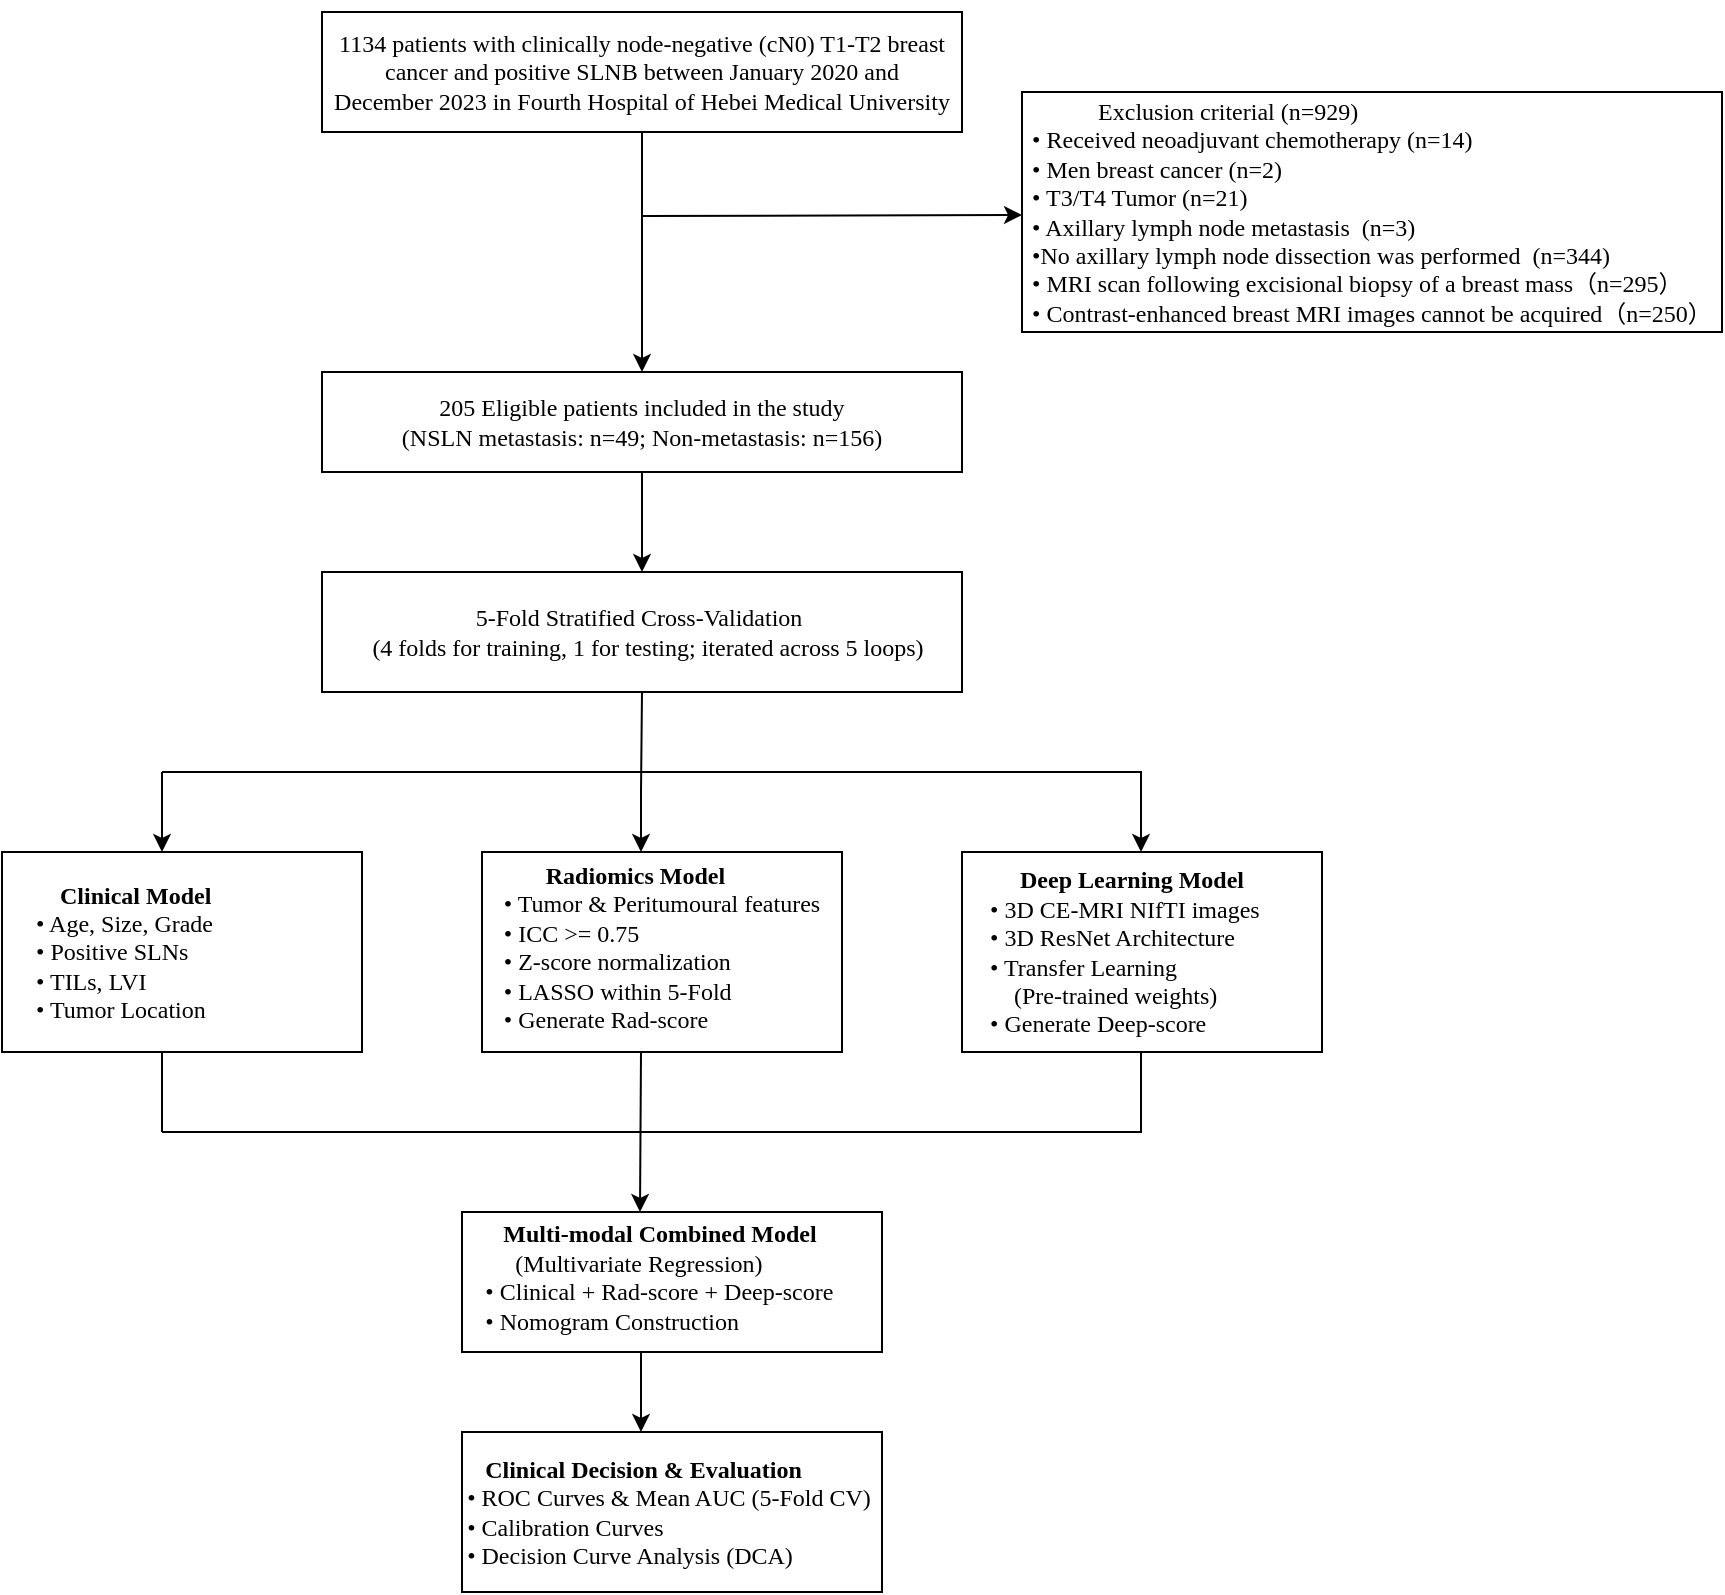
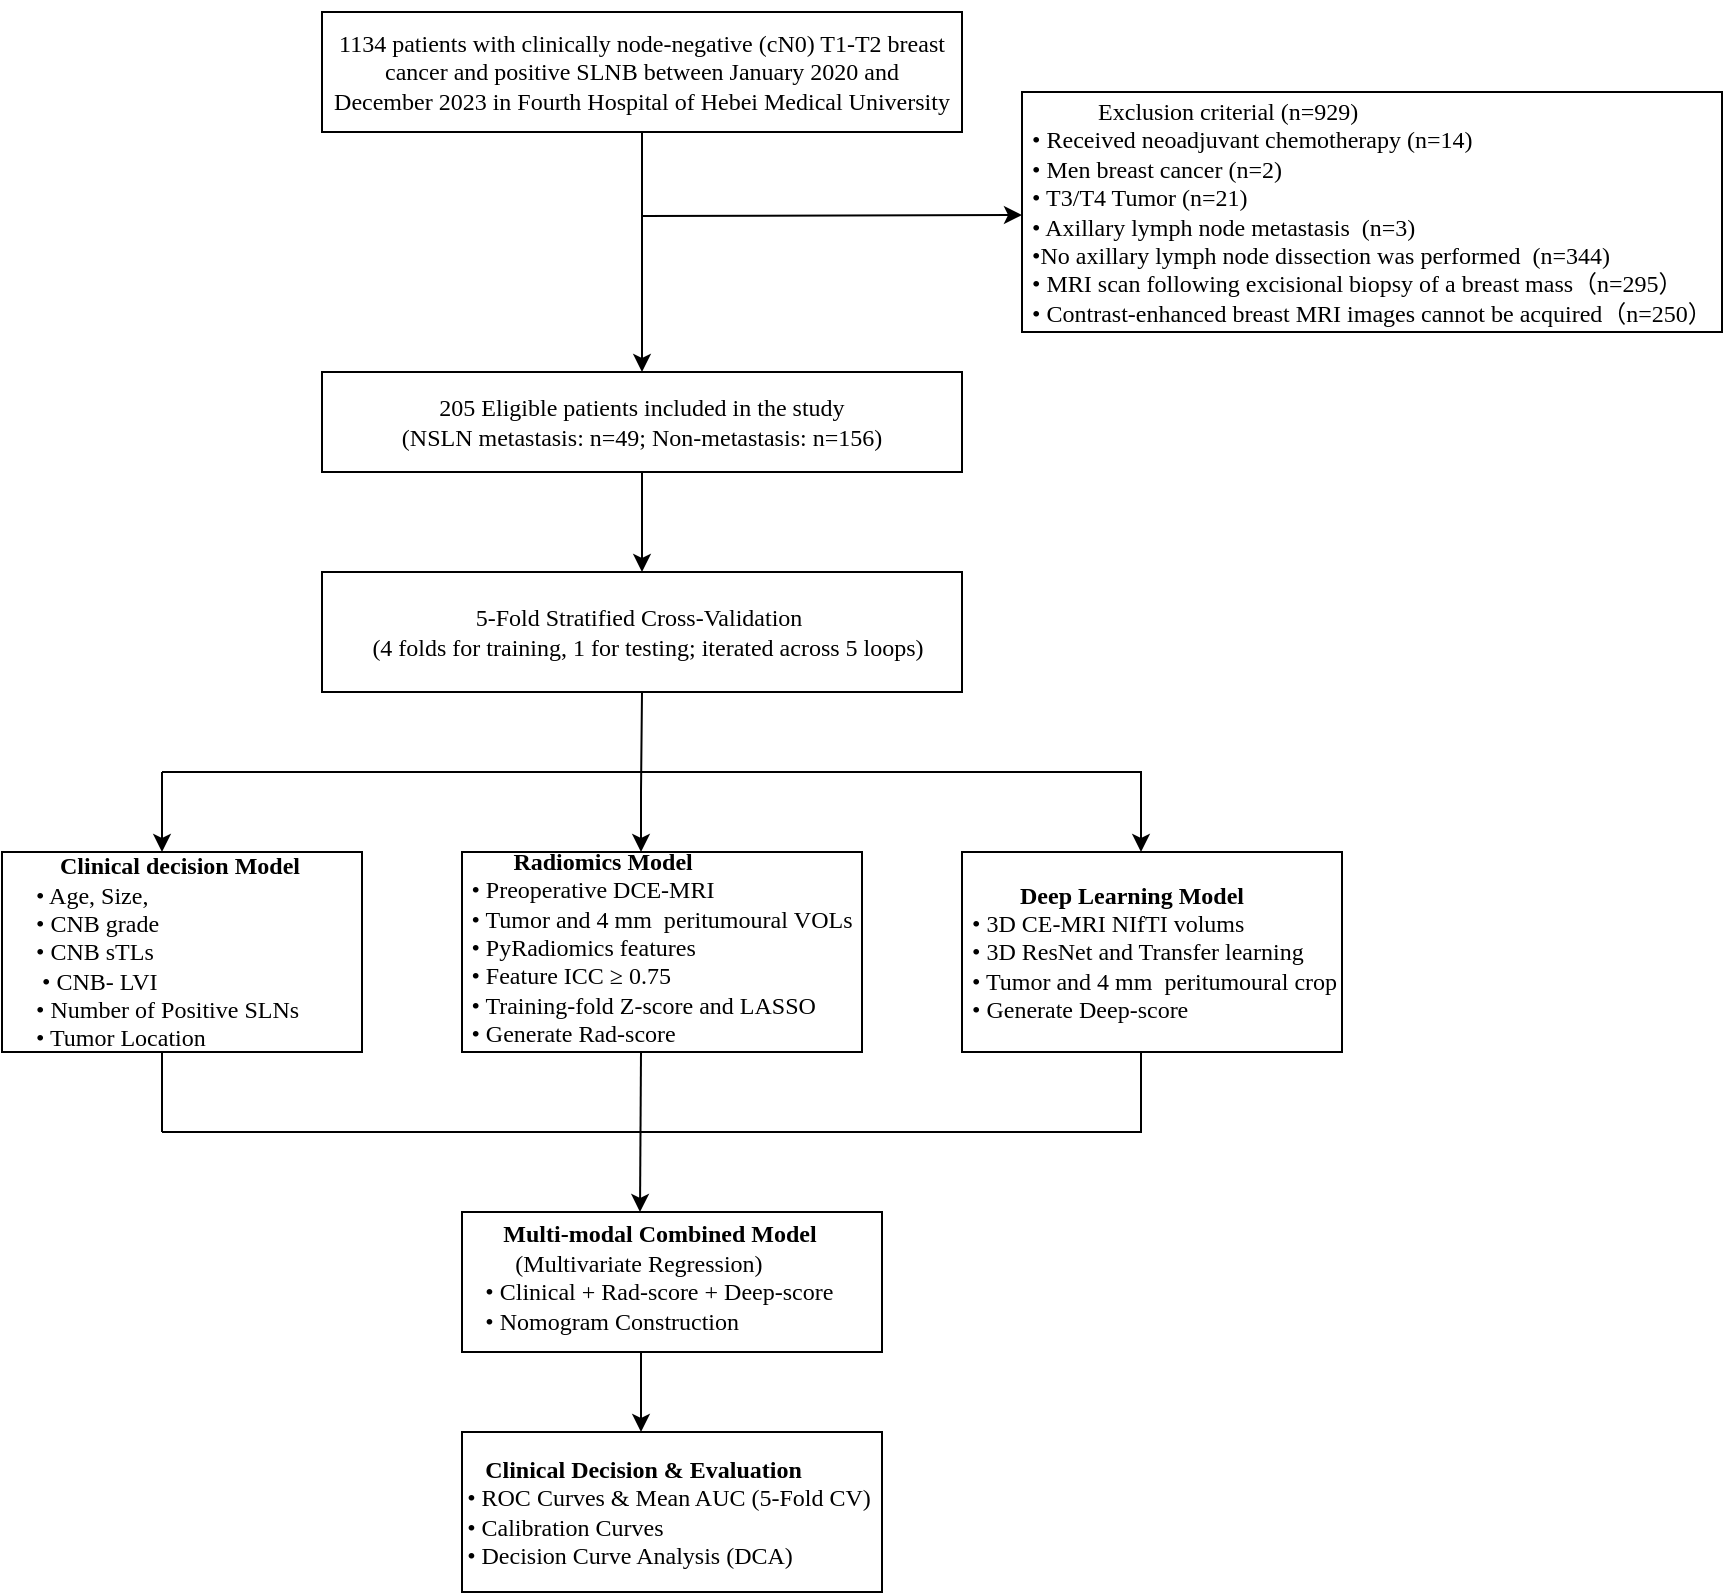
<mxfile host="app.diagrams.net">
  <diagram name="第 1 页" id="idae-35skBgX1Cd1s0vj">
-     <mxGraphModel dx="2011" dy="467" grid="1" gridSize="10" guides="1" tooltips="1" connect="1" arrows="1" fold="1" page="1" pageScale="1" pageWidth="827" pageHeight="1169" math="0" shadow="0">
+     <mxGraphModel dx="1785" dy="378" grid="1" gridSize="10" guides="1" tooltips="1" connect="1" arrows="1" fold="1" page="1" pageScale="1" pageWidth="827" pageHeight="1169" math="0" shadow="0">
      <root>
        <mxCell id="0" />
        <mxCell id="1" parent="0" />
        <mxCell id="El_SyrNRYtNfvNBgki-p-1" parent="1" style="rounded=0;whiteSpace=wrap;html=1;" value="&lt;div style=&quot;text-align: left;&quot;&gt;&lt;span style=&quot;font-family: &amp;quot;Times New Roman&amp;quot;;&quot;&gt;&lt;br&gt;&lt;/span&gt;&lt;/div&gt;&lt;div style=&quot;text-align: left;&quot;&gt;&lt;span style=&quot;font-family: &amp;quot;Times New Roman&amp;quot;;&quot;&gt;&amp;nbsp; &amp;nbsp; &amp;nbsp; &amp;nbsp; &amp;nbsp; &amp;nbsp;Exclusion criterial (n=929)&lt;/span&gt;&lt;br&gt;&lt;/div&gt;&lt;div style=&quot;text-align: left;&quot;&gt;&lt;font face=&quot;Times New Roman&quot;&gt;• Received neoadjuvant chemotherapy (n=14)&lt;/font&gt;&lt;/div&gt;&lt;div style=&quot;text-align: left;&quot;&gt;&lt;font face=&quot;Times New Roman&quot;&gt;• Men breast cancer (n=2)&lt;/font&gt;&lt;/div&gt;&lt;div style=&quot;text-align: left;&quot;&gt;&lt;font face=&quot;Times New Roman&quot;&gt;• T3/T4 Tumor (n=21)&lt;/font&gt;&lt;/div&gt;&lt;div style=&quot;&quot;&gt;&lt;div style=&quot;text-align: left;&quot;&gt;&lt;font face=&quot;Times New Roman&quot;&gt;• Axillary lymph node metastasis&amp;nbsp;&amp;nbsp;(n=3)&lt;/font&gt;&lt;/div&gt;&lt;div style=&quot;text-align: left;&quot;&gt;&lt;span style=&quot;font-family: &amp;quot;Times New Roman&amp;quot;;&quot;&gt;•&lt;/span&gt;&lt;span style=&quot;font-family: &amp;quot;Times New Roman&amp;quot;;&quot;&gt;No axillary lymph node dissection was performed&lt;/span&gt;&lt;span style=&quot;font-family: &amp;quot;Times New Roman&amp;quot;;&quot;&gt;&amp;nbsp;&amp;nbsp;(n=344)&lt;/span&gt;&lt;font face=&quot;Times New Roman&quot;&gt;&lt;br&gt;&lt;/font&gt;&lt;/div&gt;&lt;/div&gt;&lt;div style=&quot;text-align: left;&quot;&gt;&lt;font face=&quot;Times New Roman&quot;&gt;•&lt;span style=&quot;&quot;&gt;&amp;nbsp;&lt;/span&gt;&lt;span style=&quot;&quot;&gt;MRI scan following excisional biopsy of a breast mass（n=295）&lt;/span&gt;&lt;/font&gt;&lt;/div&gt;&lt;div style=&quot;text-align: left;&quot;&gt;&lt;font face=&quot;Times New Roman&quot;&gt;•&lt;span style=&quot;&quot;&gt;&amp;nbsp;&lt;/span&gt;Contrast-enhanced breast MRI images cannot be acquired&lt;span style=&quot;&quot;&gt;（n=250）&lt;/span&gt;&lt;/font&gt;&lt;/div&gt;&lt;div&gt;&lt;br&gt;&lt;/div&gt;" vertex="1">
          <mxGeometry height="120" width="350" x="390" y="100" as="geometry" />
        </mxCell>
        <mxCell id="El_SyrNRYtNfvNBgki-p-2" parent="1" style="rounded=0;whiteSpace=wrap;html=1;" value="&lt;div&gt;&lt;font face=&quot;Times New Roman&quot;&gt;&lt;br&gt;&lt;/font&gt;&lt;/div&gt;&lt;font face=&quot;Times New Roman&quot;&gt;1134 patients with clinically node-negative (cN0) T1-T2 breast&lt;br&gt;cancer and positive SLNB between January 2020 and&lt;br&gt;December 2023 in Fourth Hospital of Hebei Medical University&lt;/font&gt;&lt;div&gt;&lt;br&gt;&lt;/div&gt;" vertex="1">
          <mxGeometry height="60" width="320" x="40" y="60" as="geometry" />
        </mxCell>
        <mxCell id="El_SyrNRYtNfvNBgki-p-5" edge="1" parent="1" style="endArrow=classic;html=1;rounded=0;" value="">
          <mxGeometry height="50" relative="1" width="50" as="geometry">
            <mxPoint x="200" y="120" as="sourcePoint" />
            <mxPoint x="200" y="240" as="targetPoint" />
          </mxGeometry>
        </mxCell>
        <mxCell id="El_SyrNRYtNfvNBgki-p-6" edge="1" parent="1" style="endArrow=classic;html=1;rounded=0;endFill=1;" value="">
          <mxGeometry height="50" relative="1" width="50" as="geometry">
            <mxPoint x="200" y="162" as="sourcePoint" />
            <mxPoint x="390" y="161.5" as="targetPoint" />
          </mxGeometry>
        </mxCell>
        <mxCell id="El_SyrNRYtNfvNBgki-p-7" parent="1" style="rounded=0;whiteSpace=wrap;html=1;" value="&lt;font face=&quot;Times New Roman&quot;&gt;205 Eligible patients included in the study&lt;/font&gt;&lt;div&gt;&lt;span style=&quot;text-align: start;&quot;&gt;&lt;font face=&quot;Times New Roman&quot;&gt;(NSLN metastasis: n=49; Non-metastasis: n=156)&lt;/font&gt;&lt;/span&gt;&lt;br&gt;&lt;/div&gt;" vertex="1">
          <mxGeometry height="50" width="320" x="40" y="240" as="geometry" />
        </mxCell>
        <mxCell id="El_SyrNRYtNfvNBgki-p-8" parent="1" style="rounded=0;whiteSpace=wrap;html=1;" value="&lt;font face=&quot;Times New Roman&quot;&gt;5-Fold Stratified Cross-Validation&amp;nbsp;&lt;/font&gt;&lt;div&gt;&lt;font face=&quot;Times New Roman&quot;&gt;&amp;nbsp; (4 folds for training, 1 for testing; iterated across 5 loops)&lt;/font&gt;&lt;/div&gt;" vertex="1">
          <mxGeometry height="60" width="320" x="40" y="340" as="geometry" />
        </mxCell>
        <mxCell id="El_SyrNRYtNfvNBgki-p-9" edge="1" parent="1" source="El_SyrNRYtNfvNBgki-p-7" style="endArrow=classic;html=1;rounded=0;entryX=0.5;entryY=0;entryDx=0;entryDy=0;" target="El_SyrNRYtNfvNBgki-p-8" value="">
          <mxGeometry height="50" relative="1" width="50" as="geometry">
            <mxPoint x="200" y="340" as="sourcePoint" />
            <mxPoint x="200" y="330" as="targetPoint" />
          </mxGeometry>
        </mxCell>
-         <mxCell id="El_SyrNRYtNfvNBgki-p-10" parent="1" style="rounded=0;whiteSpace=wrap;html=1;align=left;" value="&lt;div&gt;&lt;b style=&quot;&quot;&gt;&lt;font face=&quot;Times New Roman&quot;&gt;&amp;nbsp; &amp;nbsp; &amp;nbsp; &amp;nbsp; &amp;nbsp;Clinical Model&lt;/font&gt;&lt;/b&gt;&lt;br&gt;&lt;/div&gt;&lt;div&gt;&lt;span style=&quot;font-family: &amp;quot;Times New Roman&amp;quot;;&quot;&gt;&amp;nbsp; &amp;nbsp; &amp;nbsp;• Age, Size, Grade&lt;/span&gt;&lt;br&gt;&lt;/div&gt;&lt;div&gt;&lt;span style=&quot;font-family: &amp;quot;Times New Roman&amp;quot;;&quot;&gt;&amp;nbsp; &amp;nbsp; &amp;nbsp;• Positive SLNs&amp;nbsp;&lt;/span&gt;&lt;br&gt;&lt;/div&gt;&lt;div&gt;&lt;span style=&quot;font-family: &amp;quot;Times New Roman&amp;quot;;&quot;&gt;&amp;nbsp; &amp;nbsp; &amp;nbsp;• TILs,&amp;nbsp;&lt;/span&gt;&lt;span style=&quot;font-family: &amp;quot;Times New Roman&amp;quot;;&quot;&gt;LVI&lt;/span&gt;&lt;br&gt;&lt;/div&gt;&lt;div style=&quot;&quot;&gt;&lt;span style=&quot;font-family: &amp;quot;Times New Roman&amp;quot;;&quot;&gt;&amp;nbsp; &amp;nbsp; &amp;nbsp;• Tumor Location&lt;/span&gt;&lt;/div&gt;" vertex="1">
+         <mxCell id="El_SyrNRYtNfvNBgki-p-10" parent="1" style="rounded=0;whiteSpace=wrap;html=1;align=left;" value="&lt;div&gt;&lt;b style=&quot;&quot;&gt;&lt;font face=&quot;Times New Roman&quot;&gt;&amp;nbsp; &amp;nbsp; &amp;nbsp; &amp;nbsp; &amp;nbsp;Clinical decision Model&lt;/font&gt;&lt;/b&gt;&lt;br&gt;&lt;/div&gt;&lt;div&gt;&lt;span style=&quot;font-family: &amp;quot;Times New Roman&amp;quot;;&quot;&gt;&amp;nbsp; &amp;nbsp; &amp;nbsp;• Age,&amp;nbsp;&lt;/span&gt;&lt;span style=&quot;font-family: &amp;quot;Times New Roman&amp;quot;;&quot;&gt;Size,&amp;nbsp;&lt;/span&gt;&lt;/div&gt;&lt;div&gt;&lt;span style=&quot;font-family: &amp;quot;Times New Roman&amp;quot;;&quot;&gt;&amp;nbsp; &amp;nbsp; &amp;nbsp;• CNB g&lt;/span&gt;&lt;span style=&quot;font-family: &amp;quot;Times New Roman&amp;quot;;&quot;&gt;rade&lt;/span&gt;&lt;/div&gt;&lt;div&gt;&lt;span style=&quot;font-family: &amp;quot;Times New Roman&amp;quot;;&quot;&gt;&amp;nbsp; &amp;nbsp; &amp;nbsp;• CNB sTLs&lt;/span&gt;&lt;span style=&quot;font-family: &amp;quot;Times New Roman&amp;quot;;&quot;&gt;&lt;br&gt;&lt;/span&gt;&lt;/div&gt;&lt;div&gt;&lt;span style=&quot;font-family: &amp;quot;Times New Roman&amp;quot;;&quot;&gt;&amp;nbsp; &amp;nbsp; &amp;nbsp; • CNB-&amp;nbsp;&lt;/span&gt;&lt;span style=&quot;font-family: &amp;quot;Times New Roman&amp;quot;;&quot;&gt;LVI&lt;/span&gt;&lt;span style=&quot;font-family: &amp;quot;Times New Roman&amp;quot;;&quot;&gt;&lt;br&gt;&lt;/span&gt;&lt;/div&gt;&lt;div&gt;&lt;span style=&quot;font-family: &amp;quot;Times New Roman&amp;quot;;&quot;&gt;&amp;nbsp; &amp;nbsp; &amp;nbsp;• Number of Positive SLNs&amp;nbsp;&lt;/span&gt;&lt;/div&gt;&lt;div style=&quot;&quot;&gt;&lt;span style=&quot;font-family: &amp;quot;Times New Roman&amp;quot;;&quot;&gt;&amp;nbsp; &amp;nbsp; &amp;nbsp;• Tumor Location&lt;/span&gt;&lt;/div&gt;" vertex="1">
          <mxGeometry height="100" width="180" x="-120" y="480" as="geometry" />
        </mxCell>
-         <mxCell id="El_SyrNRYtNfvNBgki-p-11" parent="1" style="rounded=0;whiteSpace=wrap;html=1;" value="&lt;div style=&quot;text-align: left;&quot;&gt;&lt;b&gt;&lt;font face=&quot;Times New Roman&quot;&gt;&lt;br&gt;&lt;/font&gt;&lt;/b&gt;&lt;/div&gt;&lt;div style=&quot;text-align: left;&quot;&gt;&lt;b&gt;&lt;font face=&quot;Times New Roman&quot;&gt;&amp;nbsp; &amp;nbsp; &amp;nbsp; &amp;nbsp;Radiomics Model&lt;/font&gt;&lt;/b&gt;&lt;/div&gt;&lt;div style=&quot;text-align: left;&quot;&gt;&lt;font face=&quot;Times New Roman&quot;&gt;&lt;span style=&quot;&quot;&gt;• Tumor &amp;amp;&amp;nbsp;&lt;/span&gt;&lt;span style=&quot;text-align: center;&quot;&gt;Peritumoural&lt;/span&gt;&amp;nbsp;features&lt;/font&gt;&lt;/div&gt;&lt;div style=&quot;text-align: left;&quot;&gt;&lt;font face=&quot;Times New Roman&quot;&gt;&lt;span style=&quot;&quot;&gt;• ICC &amp;gt;= 0.75&amp;nbsp;&lt;/span&gt;&lt;span style=&quot;&quot;&gt;&lt;br&gt;&lt;/span&gt;&lt;/font&gt;&lt;/div&gt;&lt;div style=&quot;text-align: left;&quot;&gt;&lt;font face=&quot;Times New Roman&quot;&gt;&lt;span style=&quot;&quot;&gt;• Z-score normalization&lt;/span&gt;&lt;span style=&quot;&quot;&gt;&lt;br&gt;&lt;/span&gt;&lt;/font&gt;&lt;/div&gt;&lt;div style=&quot;text-align: left;&quot;&gt;&lt;font face=&quot;Times New Roman&quot;&gt;&lt;span style=&quot;&quot;&gt;• LASSO within 5-Fold&lt;/span&gt;&lt;span style=&quot;&quot;&gt;&lt;br&gt;&lt;/span&gt;&lt;/font&gt;&lt;/div&gt;&lt;div style=&quot;text-align: left;&quot;&gt;&lt;font face=&quot;Times New Roman&quot;&gt;&lt;span style=&quot;&quot;&gt;• Generate Rad-score&lt;/span&gt;&lt;span style=&quot;&quot;&gt;&lt;br&gt;&lt;/span&gt;&lt;/font&gt;&lt;/div&gt;&lt;div&gt;&lt;span style=&quot;font-family: -webkit-standard; font-size: medium;&quot;&gt;&lt;br&gt;&lt;/span&gt;&lt;/div&gt;" vertex="1">
-           <mxGeometry height="100" width="180" x="120" y="480" as="geometry" />
+         <mxCell id="El_SyrNRYtNfvNBgki-p-11" parent="1" style="rounded=0;whiteSpace=wrap;html=1;" value="&lt;div style=&quot;text-align: left;&quot;&gt;&lt;b&gt;&lt;font face=&quot;Times New Roman&quot;&gt;&lt;br&gt;&lt;/font&gt;&lt;/b&gt;&lt;/div&gt;&lt;div style=&quot;text-align: left;&quot;&gt;&lt;b&gt;&lt;font face=&quot;Times New Roman&quot;&gt;&amp;nbsp; &amp;nbsp; &amp;nbsp; &amp;nbsp;Radiomics Model&lt;/font&gt;&lt;/b&gt;&lt;/div&gt;&lt;div style=&quot;text-align: left;&quot;&gt;&lt;font face=&quot;Times New Roman&quot;&gt;&lt;span style=&quot;&quot;&gt;• Preoperative DCE-MRI&lt;/span&gt;&lt;/font&gt;&lt;/div&gt;&lt;div style=&quot;text-align: left;&quot;&gt;&lt;span style=&quot;font-family: &amp;quot;Times New Roman&amp;quot;;&quot;&gt;• &lt;/span&gt;&lt;font face=&quot;Times New Roman&quot;&gt;&lt;span style=&quot;&quot;&gt;Tumor and 4 mm &amp;nbsp;p&lt;/span&gt;&lt;span style=&quot;text-align: center;&quot;&gt;eritumoural&lt;/span&gt;&amp;nbsp;VOLs&lt;/font&gt;&lt;/div&gt;&lt;div style=&quot;text-align: left;&quot;&gt;&lt;font face=&quot;Times New Roman&quot;&gt;&lt;span style=&quot;&quot;&gt;• PyRadiomics features&lt;/span&gt;&lt;/font&gt;&lt;/div&gt;&lt;div style=&quot;text-align: left;&quot;&gt;&lt;span style=&quot;font-family: &amp;quot;Times New Roman&amp;quot;;&quot;&gt;• Feature&amp;nbsp;&lt;/span&gt;&lt;font face=&quot;Times New Roman&quot;&gt;&lt;span style=&quot;&quot;&gt;ICC&amp;nbsp;&lt;/span&gt;&lt;/font&gt;&lt;font face=&quot;Times New Roman&quot;&gt;≥ 0.75&lt;/font&gt;&lt;/div&gt;&lt;span style=&quot;font-family: -webkit-standard; font-size: medium; text-align: start;&quot;&gt;&lt;/span&gt;&lt;div style=&quot;text-align: left;&quot;&gt;&lt;font face=&quot;Times New Roman&quot;&gt;&lt;span style=&quot;&quot;&gt;• Training-fold Z-score and&amp;nbsp;&lt;/span&gt;&lt;/font&gt;&lt;span style=&quot;font-family: &amp;quot;Times New Roman&amp;quot;;&quot;&gt;LASSO&amp;nbsp;&lt;/span&gt;&lt;/div&gt;&lt;div style=&quot;text-align: left;&quot;&gt;&lt;font face=&quot;Times New Roman&quot;&gt;&lt;span style=&quot;&quot;&gt;• Generate Rad-score&lt;/span&gt;&lt;span style=&quot;&quot;&gt;&lt;br&gt;&lt;/span&gt;&lt;/font&gt;&lt;/div&gt;&lt;div&gt;&lt;span style=&quot;font-family: -webkit-standard; font-size: medium;&quot;&gt;&lt;br&gt;&lt;/span&gt;&lt;/div&gt;" vertex="1">
+           <mxGeometry height="100" width="200" x="110" y="480" as="geometry" />
        </mxCell>
-         <mxCell id="El_SyrNRYtNfvNBgki-p-14" parent="1" style="rounded=0;whiteSpace=wrap;html=1;align=left;textDirection=ltr;fontFamily=Times New Roman;verticalAlign=middle;" value="&lt;div style=&quot;&quot;&gt;&lt;b&gt;&amp;nbsp; &amp;nbsp; &amp;nbsp; &amp;nbsp; &amp;nbsp;Deep Learning Model&lt;/b&gt;&lt;br&gt;&lt;/div&gt;&lt;div style=&quot;&quot;&gt;&amp;nbsp; &amp;nbsp; • 3D CE-MRI NIfTI images&lt;br&gt;&lt;/div&gt;&lt;div style=&quot;&quot;&gt;&amp;nbsp; &amp;nbsp; • 3D ResNet Architecture&lt;/div&gt;&lt;div style=&quot;&quot;&gt;&amp;nbsp; &amp;nbsp; • Transfer Learning&amp;nbsp;&lt;br&gt;&lt;/div&gt;&lt;div style=&quot;&quot;&gt;&amp;nbsp; &amp;nbsp; &amp;nbsp; &amp;nbsp; (Pre-trained weights)&amp;nbsp;&lt;br&gt;&lt;/div&gt;&lt;div style=&quot;&quot;&gt;&lt;div style=&quot;&quot;&gt;&lt;font&gt;&amp;nbsp; &amp;nbsp; • Generate Deep-score&lt;/font&gt;&lt;/div&gt;&lt;/div&gt;" vertex="1">
-           <mxGeometry height="100" width="180" x="360" y="480" as="geometry" />
+         <mxCell id="El_SyrNRYtNfvNBgki-p-14" parent="1" style="rounded=0;whiteSpace=wrap;html=1;align=left;textDirection=ltr;fontFamily=Times New Roman;verticalAlign=middle;" value="&lt;div style=&quot;&quot;&gt;&lt;b&gt;&amp;nbsp; &amp;nbsp; &amp;nbsp; &amp;nbsp; &amp;nbsp;Deep Learning Model&lt;/b&gt;&lt;br&gt;&lt;/div&gt;&lt;div style=&quot;&quot;&gt;&amp;nbsp;• 3D CE-MRI NIfTI volums&lt;br&gt;&lt;/div&gt;&lt;div style=&quot;&quot;&gt;&amp;nbsp;• 3D ResNet and Transfer learning&amp;nbsp;&lt;/div&gt;&lt;div style=&quot;&quot;&gt;&amp;nbsp;• Tumor and 4 mm &amp;nbsp;p&lt;span style=&quot;text-align: center;&quot;&gt;eritumoural crop&lt;/span&gt;&lt;/div&gt;&lt;div style=&quot;&quot;&gt;&lt;div style=&quot;&quot;&gt;&lt;font&gt;&amp;nbsp;• Generate Deep-score&lt;/font&gt;&lt;/div&gt;&lt;/div&gt;" vertex="1">
+           <mxGeometry height="100" width="190" x="360" y="480" as="geometry" />
        </mxCell>
        <mxCell id="El_SyrNRYtNfvNBgki-p-17" edge="1" parent="1" style="endArrow=classic;html=1;rounded=0;" value="">
          <mxGeometry height="50" relative="1" width="50" as="geometry">
            <Array as="points">
              <mxPoint x="200" y="400" />
              <mxPoint x="199.5" y="450" />
            </Array>
            <mxPoint x="199.5" y="450" as="sourcePoint" />
            <mxPoint x="199.5" y="480" as="targetPoint" />
          </mxGeometry>
        </mxCell>
        <mxCell id="El_SyrNRYtNfvNBgki-p-22" edge="1" parent="1" style="endArrow=none;html=1;rounded=0;" value="">
          <mxGeometry height="50" relative="1" width="50" as="geometry">
            <mxPoint x="-40" y="440" as="sourcePoint" />
            <mxPoint x="450" y="440" as="targetPoint" />
          </mxGeometry>
        </mxCell>
        <mxCell id="El_SyrNRYtNfvNBgki-p-24" edge="1" parent="1" style="endArrow=classic;html=1;rounded=0;" value="">
          <mxGeometry height="50" relative="1" width="50" as="geometry">
            <mxPoint x="-40" y="440" as="sourcePoint" />
            <mxPoint x="-40" y="480" as="targetPoint" />
          </mxGeometry>
        </mxCell>
        <mxCell id="El_SyrNRYtNfvNBgki-p-28" edge="1" parent="1" style="endArrow=classic;html=1;rounded=0;" value="">
          <mxGeometry height="50" relative="1" width="50" as="geometry">
            <mxPoint x="449.5" y="440" as="sourcePoint" />
            <mxPoint x="449.5" y="480" as="targetPoint" />
          </mxGeometry>
        </mxCell>
        <mxCell id="El_SyrNRYtNfvNBgki-p-30" edge="1" parent="1" style="endArrow=none;html=1;rounded=0;" value="">
          <mxGeometry height="50" relative="1" width="50" as="geometry">
            <mxPoint x="-40" y="620" as="sourcePoint" />
            <mxPoint x="450" y="620" as="targetPoint" />
          </mxGeometry>
        </mxCell>
        <mxCell id="El_SyrNRYtNfvNBgki-p-33" edge="1" parent="1" style="endArrow=none;html=1;rounded=0;" value="">
          <mxGeometry height="50" relative="1" width="50" as="geometry">
            <mxPoint x="-40" y="580" as="sourcePoint" />
            <mxPoint x="-40" y="620" as="targetPoint" />
          </mxGeometry>
        </mxCell>
        <mxCell id="El_SyrNRYtNfvNBgki-p-34" edge="1" parent="1" style="endArrow=none;html=1;rounded=0;" value="">
          <mxGeometry height="50" relative="1" width="50" as="geometry">
            <mxPoint x="449.5" y="580" as="sourcePoint" />
            <mxPoint x="449.5" y="620" as="targetPoint" />
          </mxGeometry>
        </mxCell>
        <mxCell id="El_SyrNRYtNfvNBgki-p-35" parent="1" style="rounded=0;whiteSpace=wrap;html=1;" value="&lt;div style=&quot;text-align: left;&quot;&gt;&lt;span style=&quot;font-family: &amp;quot;Times New Roman&amp;quot;;&quot;&gt;&lt;br&gt;&lt;/span&gt;&lt;/div&gt;&lt;div style=&quot;text-align: left;&quot;&gt;&lt;span style=&quot;font-family: &amp;quot;Times New Roman&amp;quot;;&quot;&gt;&lt;b&gt;&amp;nbsp; &amp;nbsp;Multi-modal Combined Model &amp;nbsp; &lt;/b&gt;&amp;nbsp; &amp;nbsp;&amp;nbsp;&lt;/span&gt;&lt;/div&gt;&lt;div&gt;&lt;div style=&quot;text-align: left;&quot;&gt;&lt;span style=&quot;font-family: &amp;quot;Times New Roman&amp;quot;;&quot;&gt;&amp;nbsp; &amp;nbsp; &amp;nbsp;(Multivariate Regression)&lt;/span&gt;&lt;/div&gt;&lt;div style=&quot;text-align: left;&quot;&gt;&lt;font face=&quot;Times New Roman&quot;&gt;&lt;span style=&quot;&quot;&gt;• Clinical + Rad-score + Deep-score&lt;/span&gt;&lt;/font&gt;&lt;/div&gt;&lt;div style=&quot;text-align: left;&quot;&gt;&lt;font face=&quot;Times New Roman&quot;&gt;&lt;span style=&quot;&quot;&gt;• Nomogram Construction&lt;/span&gt;&lt;br&gt;&lt;/font&gt;&lt;/div&gt;&lt;div&gt;&lt;span style=&quot;font-family: -webkit-standard; font-size: medium; text-align: start;&quot;&gt;&lt;br&gt;&lt;/span&gt;&lt;/div&gt;&lt;/div&gt;" vertex="1">
          <mxGeometry height="70" width="210" x="110" y="660" as="geometry" />
        </mxCell>
        <mxCell id="El_SyrNRYtNfvNBgki-p-37" edge="1" parent="1" style="endArrow=classic;html=1;rounded=0;" value="">
          <mxGeometry height="50" relative="1" width="50" as="geometry">
            <mxPoint x="199.5" y="580" as="sourcePoint" />
            <mxPoint x="199" y="660" as="targetPoint" />
          </mxGeometry>
        </mxCell>
        <mxCell id="El_SyrNRYtNfvNBgki-p-40" parent="1" style="rounded=0;whiteSpace=wrap;html=1;" value="&lt;div style=&quot;text-align: left;&quot;&gt;&lt;span style=&quot;font-family: &amp;quot;Times New Roman&amp;quot;;&quot;&gt;&lt;b&gt;&amp;nbsp; &amp;nbsp;Clinical Decision &amp;amp; Evaluation&lt;/b&gt;&lt;/span&gt;&lt;/div&gt;&lt;div style=&quot;text-align: left;&quot;&gt;&lt;span style=&quot;&quot;&gt;&lt;font face=&quot;Times New Roman&quot;&gt;• ROC Curves &amp;amp; Mean AUC (5-Fold CV)&amp;nbsp;&lt;/font&gt;&lt;/span&gt;&lt;/div&gt;&lt;div style=&quot;text-align: left;&quot;&gt;&lt;span style=&quot;&quot;&gt;&lt;font face=&quot;Times New Roman&quot;&gt;• Calibration Curves&amp;nbsp;&lt;/font&gt;&lt;/span&gt;&lt;/div&gt;&lt;div style=&quot;text-align: left;&quot;&gt;&lt;span style=&quot;&quot;&gt;&lt;font face=&quot;Times New Roman&quot;&gt;• Decision Curve Analysis (DCA)&lt;/font&gt;&lt;/span&gt;&lt;br&gt;&lt;/div&gt;" vertex="1">
          <mxGeometry height="80" width="210" x="110" y="770" as="geometry" />
        </mxCell>
        <mxCell id="El_SyrNRYtNfvNBgki-p-42" edge="1" parent="1" style="endArrow=classic;html=1;rounded=0;" value="">
          <mxGeometry height="50" relative="1" width="50" as="geometry">
            <mxPoint x="199.5" y="730" as="sourcePoint" />
            <mxPoint x="199.5" y="770" as="targetPoint" />
          </mxGeometry>
        </mxCell>
      </root>
    </mxGraphModel>
  </diagram>
</mxfile>
